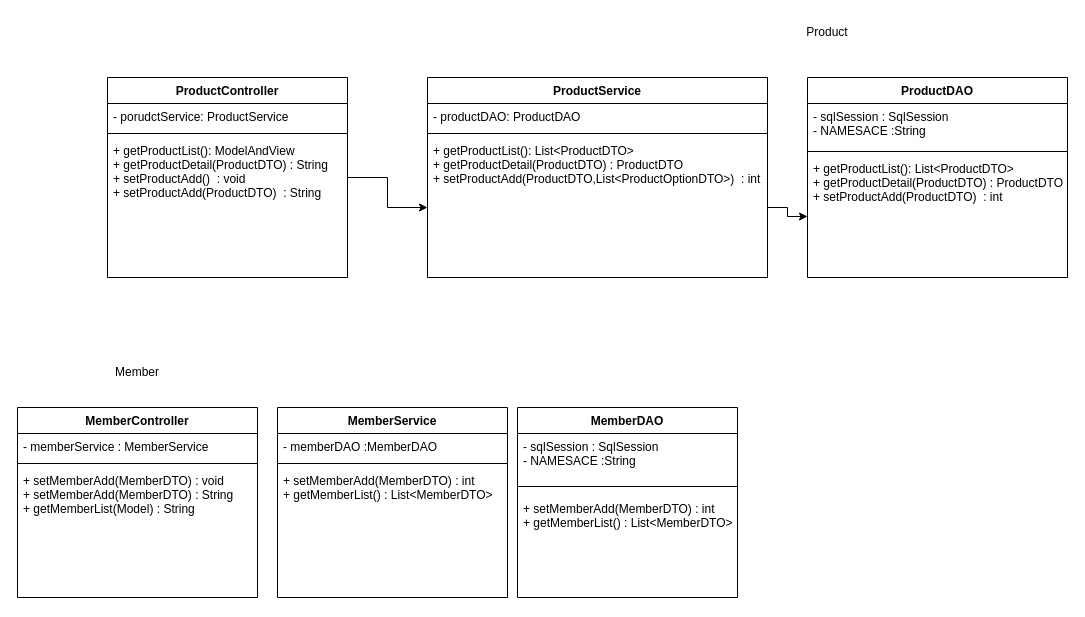
This is page "페이지-2" (2 of 3) of ERD.drawio from tmdmini99/GDJ60_Spring, a draw.io file, before an edit. Source tidied: cells renumbered, new cells numbered last; positions are measured from the earlier drawing's top-left corner, leaving out a move shared by most shapes. Both pictures are drawn from the tidied source at 100%, with x=0, y=0 at pixel (17, 17).
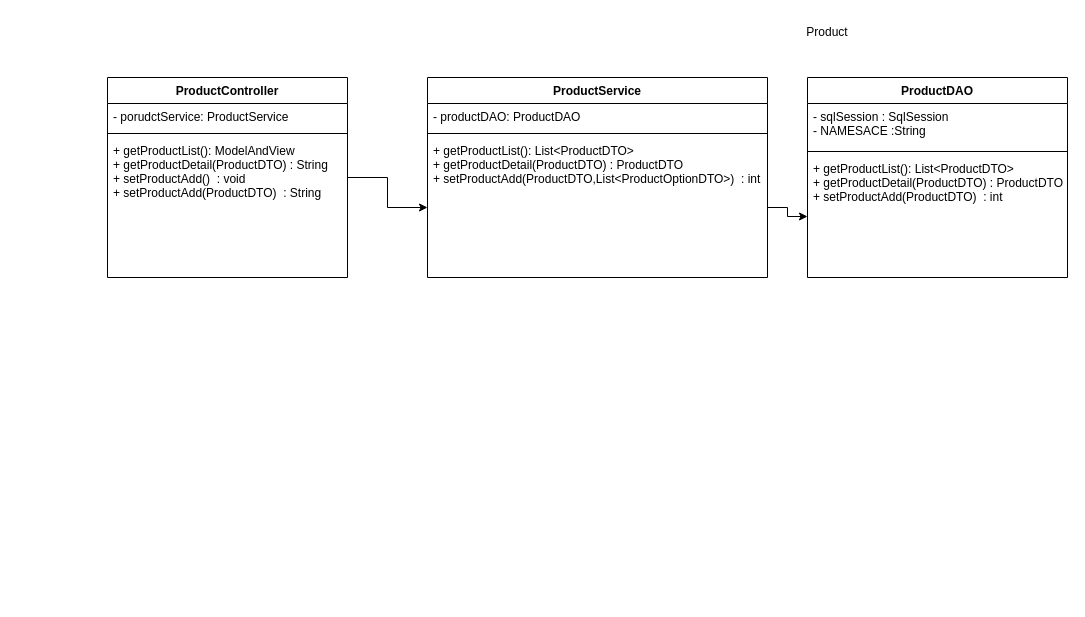
Above is the later version.

The edit, as a diff of the source:
```diff
@@
-    <mxCell id="17" value="Member" style="text;html=1;strokeColor=none;fillColor=none;align=center;verticalAlign=middle;whiteSpace=wrap;rounded=0;" parent="1" vertex="1">
-      <mxGeometry x="90" y="340" width="60" height="30" as="geometry" />
-    </mxCell>
-    <mxCell id="18" value="MemberController" style="swimlane;fontStyle=1;align=center;verticalAlign=top;horizontal=1;startSize=26;" parent="1" vertex="1">
-      <mxGeometry y="390" width="240" height="190" as="geometry" />
-    </mxCell>
-    <mxCell id="19" value="- memberService : MemberService" style="text;strokeColor=none;fillColor=none;align=left;verticalAlign=top;spacingLeft=4;spacingRight=4;overflow=hidden;" parent="18" vertex="1">
-      <mxGeometry y="26" width="240" height="26" as="geometry" />
-    </mxCell>
-    <mxCell id="20" style="line;strokeWidth=1;fillColor=none;align=left;verticalAlign=middle;spacingTop=-1;spacingLeft=3;spacingRight=3;labelPosition=right;strokeColor=inherit;" parent="18" vertex="1">
-      <mxGeometry y="52" width="240" height="8" as="geometry" />
-    </mxCell>
-    <mxCell id="21" value="+ setMemberAdd(MemberDTO) : void&#10;+ setMemberAdd(MemberDTO) : String&#10;+ getMemberList(Model) : String" style="text;strokeColor=none;fillColor=none;align=left;verticalAlign=top;spacingLeft=4;spacingRight=4;overflow=hidden;" parent="18" vertex="1">
-      <mxGeometry y="60" width="240" height="130" as="geometry" />
-    </mxCell>
-    <mxCell id="22" value="MemberService" style="swimlane;fontStyle=1;align=center;verticalAlign=top;horizontal=1;startSize=26;" parent="1" vertex="1">
-      <mxGeometry x="260" y="390" width="230" height="190" as="geometry" />
-    </mxCell>
-    <mxCell id="23" value="- memberDAO :MemberDAO" style="text;strokeColor=none;fillColor=none;align=left;verticalAlign=top;spacingLeft=4;spacingRight=4;overflow=hidden;" parent="22" vertex="1">
-      <mxGeometry y="26" width="230" height="26" as="geometry" />
-    </mxCell>
-    <mxCell id="24" style="line;strokeWidth=1;fillColor=none;align=left;verticalAlign=middle;spacingTop=-1;spacingLeft=3;spacingRight=3;labelPosition=right;strokeColor=inherit;" parent="22" vertex="1">
-      <mxGeometry y="52" width="230" height="8" as="geometry" />
-    </mxCell>
-    <mxCell id="25" value="+ setMemberAdd(MemberDTO) : int&#10;+ getMemberList() : List&lt;MemberDTO&gt;" style="text;strokeColor=none;fillColor=none;align=left;verticalAlign=top;spacingLeft=4;spacingRight=4;overflow=hidden;" parent="22" vertex="1">
-      <mxGeometry y="60" width="230" height="130" as="geometry" />
-    </mxCell>
-    <mxCell id="26" value="MemberDAO" style="swimlane;fontStyle=1;align=center;verticalAlign=top;horizontal=1;startSize=26;" parent="1" vertex="1">
-      <mxGeometry x="500" y="390" width="220" height="190" as="geometry" />
-    </mxCell>
-    <mxCell id="27" value="- sqlSession : SqlSession&#10;- NAMESACE :String" style="text;strokeColor=none;fillColor=none;align=left;verticalAlign=top;spacingLeft=4;spacingRight=4;overflow=hidden;" parent="26" vertex="1">
-      <mxGeometry y="26" width="220" height="44" as="geometry" />
-    </mxCell>
-    <mxCell id="28" style="line;strokeWidth=1;fillColor=none;align=left;verticalAlign=middle;spacingTop=-1;spacingLeft=3;spacingRight=3;labelPosition=right;strokeColor=inherit;" parent="26" vertex="1">
-      <mxGeometry y="70" width="220" height="18" as="geometry" />
-    </mxCell>
-    <mxCell id="29" value="+ setMemberAdd(MemberDTO) : int&#10;+ getMemberList() : List&lt;MemberDTO&gt;" style="text;strokeColor=none;fillColor=none;align=left;verticalAlign=top;spacingLeft=4;spacingRight=4;overflow=hidden;" parent="26" vertex="1">
-      <mxGeometry y="88" width="220" height="102" as="geometry" />
-    </mxCell>
```
